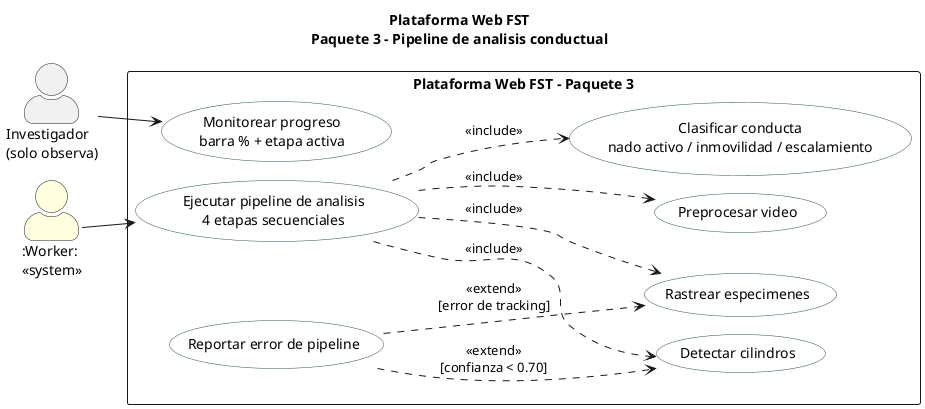
This is diagramas/cu_paquete3.png from ErickJester/fst-ai-system-latex, a PlantUML export, as it was before one commit. The source it was exported from:
```plantuml
@startuml
!pragma layout smetana
title Plataforma Web FST\nPaquete 3 - Pipeline de analisis conductual
left to right direction
skinparam packageStyle rectangle
skinparam actorStyle awesome
skinparam usecase {
  BackgroundColor White
  BorderColor DarkSlateGray
}
actor "Investigador\n(solo observa)" as INV
actor ":Worker:\n<<system>>" as WRK #LightYellow
rectangle "Plataforma Web FST - Paquete 3" {
  usecase "Ejecutar pipeline de analisis\n4 etapas secuenciales" as UC30
  usecase "Preprocesar video" as UC31
  usecase "Detectar cilindros" as UC32
  usecase "Rastrear especimenes" as UC33
  usecase "Clasificar conducta\nnado activo / inmovilidad / escalamiento" as UC34
  usecase "Monitorear progreso\nbarra % + etapa activa" as UC35
  usecase "Reportar error de pipeline" as UC36
}
WRK --> UC30
INV --> UC35
UC30 ..> UC31 : <<include>>
UC30 ..> UC32 : <<include>>
UC30 ..> UC33 : <<include>>
UC30 ..> UC34 : <<include>>
UC36 ..> UC32 : <<extend>>\n[confianza < 0.70]
UC36 ..> UC33 : <<extend>>\n[error de tracking]
@enduml
```
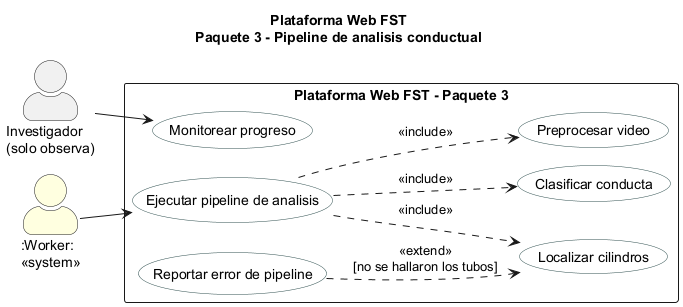
Above is the later version.

Diff of the diagram source:
```diff
@@ -11,20 +11,17 @@
 actor "Investigador\n(solo observa)" as INV
 actor ":Worker:\n<<system>>" as WRK #LightYellow
 rectangle "Plataforma Web FST - Paquete 3" {
-  usecase "Ejecutar pipeline de analisis\n4 etapas secuenciales" as UC30
+  usecase "Ejecutar pipeline de analisis" as UC30
   usecase "Preprocesar video" as UC31
-  usecase "Detectar cilindros" as UC32
-  usecase "Rastrear especimenes" as UC33
-  usecase "Clasificar conducta\nnado activo / inmovilidad / escalamiento" as UC34
-  usecase "Monitorear progreso\nbarra % + etapa activa" as UC35
+  usecase "Localizar cilindros" as UC32
+  usecase "Clasificar conducta" as UC34
+  usecase "Monitorear progreso" as UC35
   usecase "Reportar error de pipeline" as UC36
 }
 WRK --> UC30
 INV --> UC35
 UC30 ..> UC31 : <<include>>
 UC30 ..> UC32 : <<include>>
-UC30 ..> UC33 : <<include>>
 UC30 ..> UC34 : <<include>>
-UC36 ..> UC32 : <<extend>>\n[confianza < 0.70]
-UC36 ..> UC33 : <<extend>>\n[error de tracking]
+UC36 ..> UC32 : <<extend>>\n[no se hallaron los tubos]
 @enduml
```
